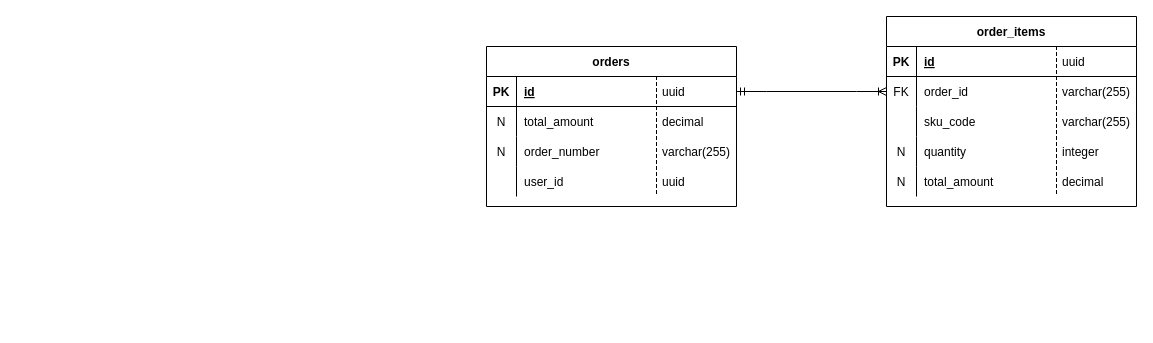
Earlier version of the draw.io diagram order-service/documentation/database/order-service-model.drawio (bogdanmilojevic/micro-commerce). Source tidied: cells renumbered, new cells numbered last; positions are measured from the earlier drawing's top-left corner, leaving out a move shared by most shapes. Both pictures are drawn from the tidied source at 100%, with x=0, y=0 at pixel (486, 16).
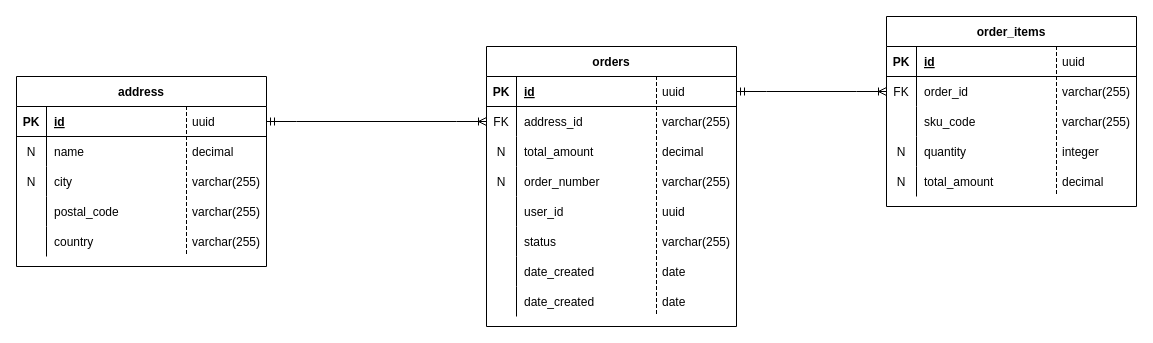
The same page after the edit.

Commit message (it also covers changes not shown here):
Update order, product and user database models

Change to the diagram source:
```diff
@@
     <mxCell id="2" value="orders" style="shape=table;startSize=30;childLayout=tableLayout;rowLines=0;fontStyle=1;align=center;" parent="1" vertex="1">
-      <mxGeometry y="30" width="250" height="160" as="geometry" />
+      <mxGeometry y="30" width="250" height="280" as="geometry" />
     </mxCell>
@@
+    <mxCell id="50" style="shape=partialRectangle;fillColor=none;points=[[0,0.5],[1,0.5]];portConstraint=eastwest;top=0;left=0;right=0;bottom=0;" parent="2" vertex="1">
+      <mxGeometry y="60" width="250" height="30" as="geometry" />
+    </mxCell>
+    <mxCell id="51" value="FK" style="shape=partialRectangle;overflow=hidden;fillColor=none;top=0;left=0;bottom=0;right=0;" parent="50" vertex="1">
+      <mxGeometry width="30" height="30" as="geometry" />
+    </mxCell>
+    <mxCell id="52" value="address_id" style="shape=partialRectangle;overflow=hidden;fillColor=none;top=0;left=0;bottom=0;right=0;align=left;spacingLeft=6;" parent="50" vertex="1">
+      <mxGeometry x="30" width="220" height="30" as="geometry" />
+    </mxCell>
     <mxCell id="6" style="shape=partialRectangle;fillColor=none;top=0;left=0;right=0;bottom=0;" parent="2" vertex="1">
-      <mxGeometry y="60" width="250" height="30" as="geometry" />
+      <mxGeometry y="90" width="250" height="30" as="geometry" />
     </mxCell>
@@
     <mxCell id="9" style="shape=partialRectangle;fillColor=none;top=0;left=0;right=0;bottom=0;" parent="2" vertex="1">
-      <mxGeometry y="90" width="250" height="30" as="geometry" />
+      <mxGeometry y="120" width="250" height="30" as="geometry" />
     </mxCell>
@@
     <mxCell id="12" style="shape=partialRectangle;fillColor=none;top=0;left=0;right=0;bottom=0;" parent="2" vertex="1">
-      <mxGeometry y="120" width="250" height="30" as="geometry" />
+      <mxGeometry y="150" width="250" height="30" as="geometry" />
     </mxCell>
@@
+    <mxCell id="53" style="shape=partialRectangle;fillColor=none;top=0;left=0;right=0;bottom=0;" parent="2" vertex="1">
+      <mxGeometry y="180" width="250" height="30" as="geometry" />
+    </mxCell>
+    <mxCell id="54" style="shape=partialRectangle;overflow=hidden;fillColor=none;top=0;left=0;bottom=0;right=0;" parent="53" vertex="1">
+      <mxGeometry width="30" height="30" as="geometry" />
+    </mxCell>
+    <mxCell id="55" value="status" style="shape=partialRectangle;overflow=hidden;fillColor=none;top=0;left=0;bottom=0;right=0;align=left;spacingLeft=6;" parent="53" vertex="1">
+      <mxGeometry x="30" width="220" height="30" as="geometry" />
+    </mxCell>
+    <mxCell id="56" style="shape=partialRectangle;fillColor=none;top=0;left=0;right=0;bottom=0;" parent="2" vertex="1">
+      <mxGeometry y="210" width="250" height="30" as="geometry" />
+    </mxCell>
+    <mxCell id="57" style="shape=partialRectangle;overflow=hidden;fillColor=none;top=0;left=0;bottom=0;right=0;" parent="56" vertex="1">
+      <mxGeometry width="30" height="30" as="geometry" />
+    </mxCell>
+    <mxCell id="58" value="date_created" style="shape=partialRectangle;overflow=hidden;fillColor=none;top=0;left=0;bottom=0;right=0;align=left;spacingLeft=6;" parent="56" vertex="1">
+      <mxGeometry x="30" width="220" height="30" as="geometry" />
+    </mxCell>
+    <mxCell id="59" style="shape=partialRectangle;fillColor=none;top=0;left=0;right=0;bottom=0;" parent="2" vertex="1">
+      <mxGeometry y="240" width="250" height="30" as="geometry" />
+    </mxCell>
+    <mxCell id="60" style="shape=partialRectangle;overflow=hidden;fillColor=none;top=0;left=0;bottom=0;right=0;" parent="59" vertex="1">
+      <mxGeometry width="30" height="30" as="geometry" />
+    </mxCell>
+    <mxCell id="61" value="date_created" style="shape=partialRectangle;overflow=hidden;fillColor=none;top=0;left=0;bottom=0;right=0;align=left;spacingLeft=6;" parent="59" vertex="1">
+      <mxGeometry x="30" width="220" height="30" as="geometry" />
+    </mxCell>
@@
     <mxCell id="34" value="decimal" style="shape=partialRectangle;fillColor=none;align=left;verticalAlign=middle;strokeColor=none;spacingLeft=34;" parent="1" vertex="1">
-      <mxGeometry x="140" y="90" width="90" height="30" as="geometry" />
+      <mxGeometry x="140" y="120" width="90" height="30" as="geometry" />
     </mxCell>
@@
     <mxCell id="38" value="varchar(255)" style="shape=partialRectangle;fillColor=none;align=left;verticalAlign=middle;strokeColor=none;spacingLeft=34;" parent="1" vertex="1">
-      <mxGeometry x="140" y="120" width="90" height="30" as="geometry" />
+      <mxGeometry x="140" y="150" width="90" height="30" as="geometry" />
     </mxCell>
@@
     <mxCell id="48" value="uuid" style="shape=partialRectangle;fillColor=none;align=left;verticalAlign=middle;strokeColor=none;spacingLeft=34;" parent="1" vertex="1">
-      <mxGeometry x="140" y="150" width="90" height="30" as="geometry" />
+      <mxGeometry x="140" y="180" width="90" height="30" as="geometry" />
     </mxCell>
@@
+    <mxCell id="62" value="address" style="shape=table;startSize=30;childLayout=tableLayout;rowLines=0;fontStyle=1;align=center;" parent="1" vertex="1">
+      <mxGeometry x="-470" y="60" width="250" height="190" as="geometry" />
+    </mxCell>
+    <mxCell id="63" style="shape=partialRectangle;fillColor=none;points=[[0,0.5],[1,0.5]];portConstraint=eastwest;top=0;left=0;right=0;bottom=1;" parent="62" vertex="1">
+      <mxGeometry y="30" width="250" height="30" as="geometry" />
+    </mxCell>
+    <mxCell id="64" value="PK" style="shape=partialRectangle;overflow=hidden;fillColor=none;top=0;left=0;bottom=0;right=0;fontStyle=1;" parent="63" vertex="1">
+      <mxGeometry width="30" height="30" as="geometry" />
+    </mxCell>
+    <mxCell id="65" value="id" style="shape=partialRectangle;overflow=hidden;fillColor=none;top=0;left=0;bottom=0;right=0;align=left;spacingLeft=6;fontStyle=5;" parent="63" vertex="1">
+      <mxGeometry x="30" width="220" height="30" as="geometry" />
+    </mxCell>
+    <mxCell id="66" style="shape=partialRectangle;fillColor=none;top=0;left=0;right=0;bottom=0;" parent="62" vertex="1">
+      <mxGeometry y="60" width="250" height="30" as="geometry" />
+    </mxCell>
+    <mxCell id="67" value="N" style="shape=partialRectangle;overflow=hidden;fillColor=none;top=0;left=0;bottom=0;right=0;" parent="66" vertex="1">
+      <mxGeometry width="30" height="30" as="geometry" />
+    </mxCell>
+    <mxCell id="68" value="name" style="shape=partialRectangle;overflow=hidden;fillColor=none;top=0;left=0;bottom=0;right=0;align=left;spacingLeft=6;" parent="66" vertex="1">
+      <mxGeometry x="30" width="220" height="30" as="geometry" />
+    </mxCell>
+    <mxCell id="69" style="shape=partialRectangle;fillColor=none;top=0;left=0;right=0;bottom=0;" parent="62" vertex="1">
+      <mxGeometry y="90" width="250" height="30" as="geometry" />
+    </mxCell>
+    <mxCell id="70" value="N" style="shape=partialRectangle;overflow=hidden;fillColor=none;top=0;left=0;bottom=0;right=0;" parent="69" vertex="1">
+      <mxGeometry width="30" height="30" as="geometry" />
+    </mxCell>
+    <mxCell id="71" value="city" style="shape=partialRectangle;overflow=hidden;fillColor=none;top=0;left=0;bottom=0;right=0;align=left;spacingLeft=6;" parent="69" vertex="1">
+      <mxGeometry x="30" width="220" height="30" as="geometry" />
+    </mxCell>
+    <mxCell id="72" style="shape=partialRectangle;fillColor=none;top=0;left=0;right=0;bottom=0;" parent="62" vertex="1">
+      <mxGeometry y="120" width="250" height="30" as="geometry" />
+    </mxCell>
+    <mxCell id="73" style="shape=partialRectangle;overflow=hidden;fillColor=none;top=0;left=0;bottom=0;right=0;" parent="72" vertex="1">
+      <mxGeometry width="30" height="30" as="geometry" />
+    </mxCell>
+    <mxCell id="74" value="postal_code" style="shape=partialRectangle;overflow=hidden;fillColor=none;top=0;left=0;bottom=0;right=0;align=left;spacingLeft=6;" parent="72" vertex="1">
+      <mxGeometry x="30" width="220" height="30" as="geometry" />
+    </mxCell>
+    <mxCell id="75" style="shape=partialRectangle;fillColor=none;top=0;left=0;right=0;bottom=0;" parent="62" vertex="1">
+      <mxGeometry y="150" width="250" height="30" as="geometry" />
+    </mxCell>
+    <mxCell id="76" style="shape=partialRectangle;overflow=hidden;fillColor=none;top=0;left=0;bottom=0;right=0;" parent="75" vertex="1">
+      <mxGeometry width="30" height="30" as="geometry" />
+    </mxCell>
+    <mxCell id="77" value="country" style="shape=partialRectangle;overflow=hidden;fillColor=none;top=0;left=0;bottom=0;right=0;align=left;spacingLeft=6;" parent="75" vertex="1">
+      <mxGeometry x="30" width="220" height="30" as="geometry" />
+    </mxCell>
+    <mxCell id="78" value="uuid" style="shape=partialRectangle;fillColor=none;align=left;verticalAlign=middle;strokeColor=none;spacingLeft=34;" parent="1" vertex="1">
+      <mxGeometry x="-330" y="90" width="90" height="30" as="geometry" />
+    </mxCell>
+    <mxCell id="79" style="shape=partialRectangle;top=0;left=0;bottom=0;fillColor=none;stokeWidth=1;dashed=1;align=left;verticalAlign=middle;spacingLeft=4;spacingRight=4;overflow=hidden;" parent="78" vertex="1">
+      <mxGeometry width="30" height="30" as="geometry" />
+    </mxCell>
+    <mxCell id="80" value="decimal" style="shape=partialRectangle;fillColor=none;align=left;verticalAlign=middle;strokeColor=none;spacingLeft=34;" parent="1" vertex="1">
+      <mxGeometry x="-330" y="120" width="90" height="30" as="geometry" />
+    </mxCell>
+    <mxCell id="81" style="shape=partialRectangle;top=0;left=0;bottom=0;fillColor=none;stokeWidth=1;dashed=1;align=left;verticalAlign=middle;spacingLeft=4;spacingRight=4;overflow=hidden;" parent="80" vertex="1">
+      <mxGeometry width="30" height="30" as="geometry" />
+    </mxCell>
+    <mxCell id="82" value="varchar(255)" style="shape=partialRectangle;fillColor=none;align=left;verticalAlign=middle;strokeColor=none;spacingLeft=34;" parent="1" vertex="1">
+      <mxGeometry x="-330" y="150" width="90" height="30" as="geometry" />
+    </mxCell>
+    <mxCell id="83" style="shape=partialRectangle;top=0;left=0;bottom=0;fillColor=none;stokeWidth=1;dashed=1;align=left;verticalAlign=middle;spacingLeft=4;spacingRight=4;overflow=hidden;" parent="82" vertex="1">
+      <mxGeometry width="30" height="30" as="geometry" />
+    </mxCell>
+    <mxCell id="84" value="varchar(255)" style="shape=partialRectangle;fillColor=none;align=left;verticalAlign=middle;strokeColor=none;spacingLeft=34;" parent="1" vertex="1">
+      <mxGeometry x="-330" y="180" width="90" height="30" as="geometry" />
+    </mxCell>
+    <mxCell id="85" style="shape=partialRectangle;top=0;left=0;bottom=0;fillColor=none;stokeWidth=1;dashed=1;align=left;verticalAlign=middle;spacingLeft=4;spacingRight=4;overflow=hidden;" parent="84" vertex="1">
+      <mxGeometry width="30" height="30" as="geometry" />
+    </mxCell>
+    <mxCell id="86" value="varchar(255)" style="shape=partialRectangle;fillColor=none;align=left;verticalAlign=middle;strokeColor=none;spacingLeft=34;" parent="1" vertex="1">
+      <mxGeometry x="140" y="210" width="90" height="30" as="geometry" />
+    </mxCell>
+    <mxCell id="87" style="shape=partialRectangle;top=0;left=0;bottom=0;fillColor=none;stokeWidth=1;dashed=1;align=left;verticalAlign=middle;spacingLeft=4;spacingRight=4;overflow=hidden;" parent="86" vertex="1">
+      <mxGeometry width="30" height="30" as="geometry" />
+    </mxCell>
+    <mxCell id="88" value="date" style="shape=partialRectangle;fillColor=none;align=left;verticalAlign=middle;strokeColor=none;spacingLeft=34;" parent="1" vertex="1">
+      <mxGeometry x="140" y="240" width="90" height="30" as="geometry" />
+    </mxCell>
+    <mxCell id="89" style="shape=partialRectangle;top=0;left=0;bottom=0;fillColor=none;stokeWidth=1;dashed=1;align=left;verticalAlign=middle;spacingLeft=4;spacingRight=4;overflow=hidden;" parent="88" vertex="1">
+      <mxGeometry width="30" height="30" as="geometry" />
+    </mxCell>
+    <mxCell id="90" value="date" style="shape=partialRectangle;fillColor=none;align=left;verticalAlign=middle;strokeColor=none;spacingLeft=34;" parent="1" vertex="1">
+      <mxGeometry x="140" y="270" width="90" height="30" as="geometry" />
+    </mxCell>
+    <mxCell id="91" style="shape=partialRectangle;top=0;left=0;bottom=0;fillColor=none;stokeWidth=1;dashed=1;align=left;verticalAlign=middle;spacingLeft=4;spacingRight=4;overflow=hidden;" parent="90" vertex="1">
+      <mxGeometry width="30" height="30" as="geometry" />
+    </mxCell>
+    <mxCell id="92" value="varchar(255)" style="shape=partialRectangle;fillColor=none;align=left;verticalAlign=middle;strokeColor=none;spacingLeft=34;" parent="1" vertex="1">
+      <mxGeometry x="-330" y="210" width="90" height="30" as="geometry" />
+    </mxCell>
+    <mxCell id="93" style="shape=partialRectangle;top=0;left=0;bottom=0;fillColor=none;stokeWidth=1;dashed=1;align=left;verticalAlign=middle;spacingLeft=4;spacingRight=4;overflow=hidden;" parent="92" vertex="1">
+      <mxGeometry width="30" height="30" as="geometry" />
+    </mxCell>
+    <mxCell id="94" value="varchar(255)" style="shape=partialRectangle;fillColor=none;align=left;verticalAlign=middle;strokeColor=none;spacingLeft=34;" parent="1" vertex="1">
+      <mxGeometry x="140" y="90" width="90" height="30" as="geometry" />
+    </mxCell>
+    <mxCell id="95" style="shape=partialRectangle;top=0;left=0;bottom=0;fillColor=none;stokeWidth=1;dashed=1;align=left;verticalAlign=middle;spacingLeft=4;spacingRight=4;overflow=hidden;" parent="94" vertex="1">
+      <mxGeometry width="30" height="30" as="geometry" />
+    </mxCell>
+    <mxCell id="96" style="edgeStyle=entityRelationEdgeStyle;fontSize=12;html=1;endArrow=ERoneToMany;startArrow=ERmandOne;rounded=0;" parent="1" edge="1" source="63" target="50">
+      <mxGeometry relative="1" as="geometry" />
+    </mxCell>
```
